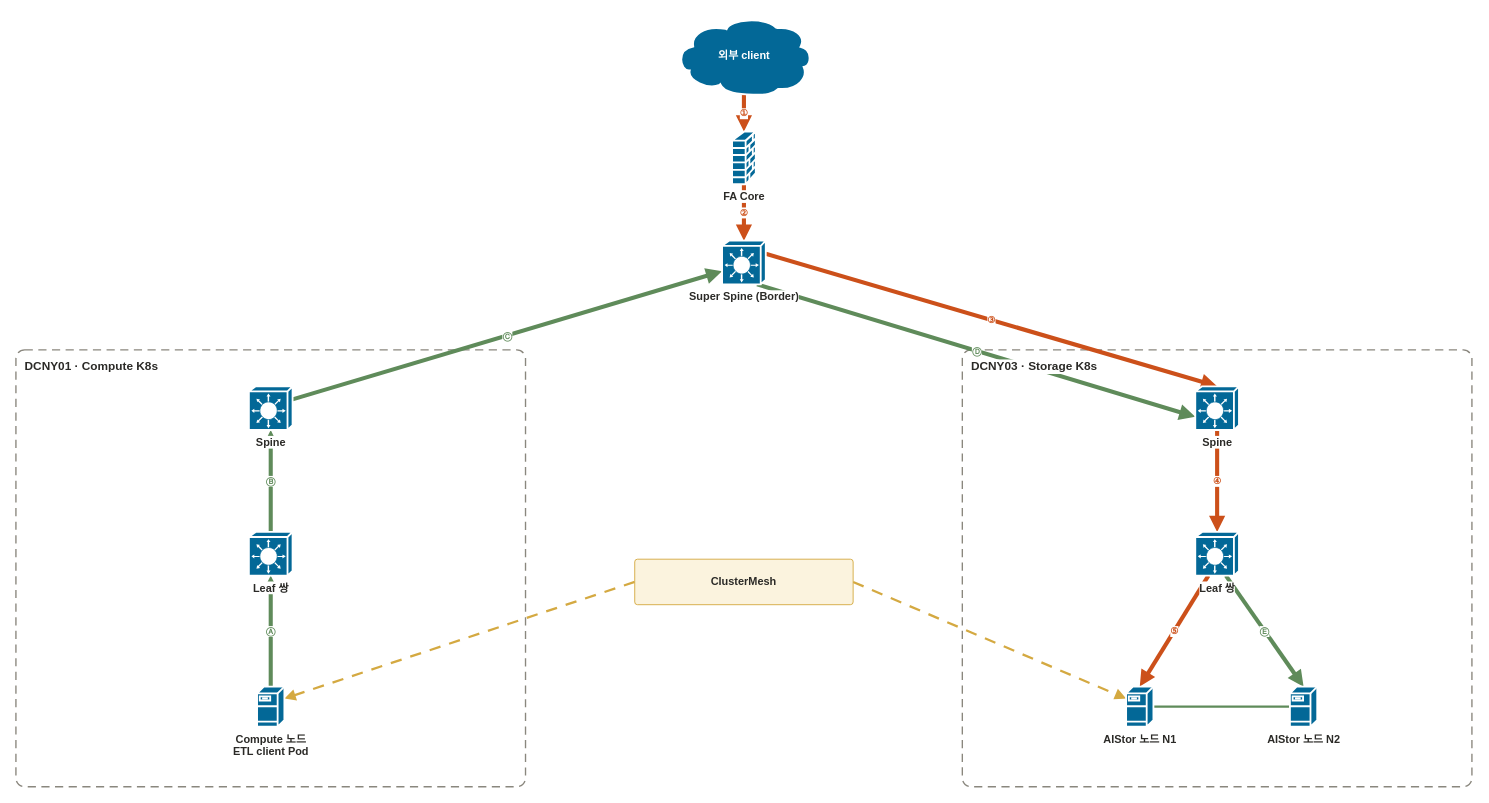
This is page "N-4 Traffic paths" (5 of 5) of architecture/y1-nw-review/y1-nw-review-diagrams.drawio from riverjin839/devopser, a draw.io file, before an edit. Source tidied: cells renumbered, new cells numbered last; positions are measured from the earlier drawing's top-left corner, leaving out a move shared by most shapes. Both pictures are drawn from the tidied source at 91%, with x=0, y=0 at pixel (15, 16).
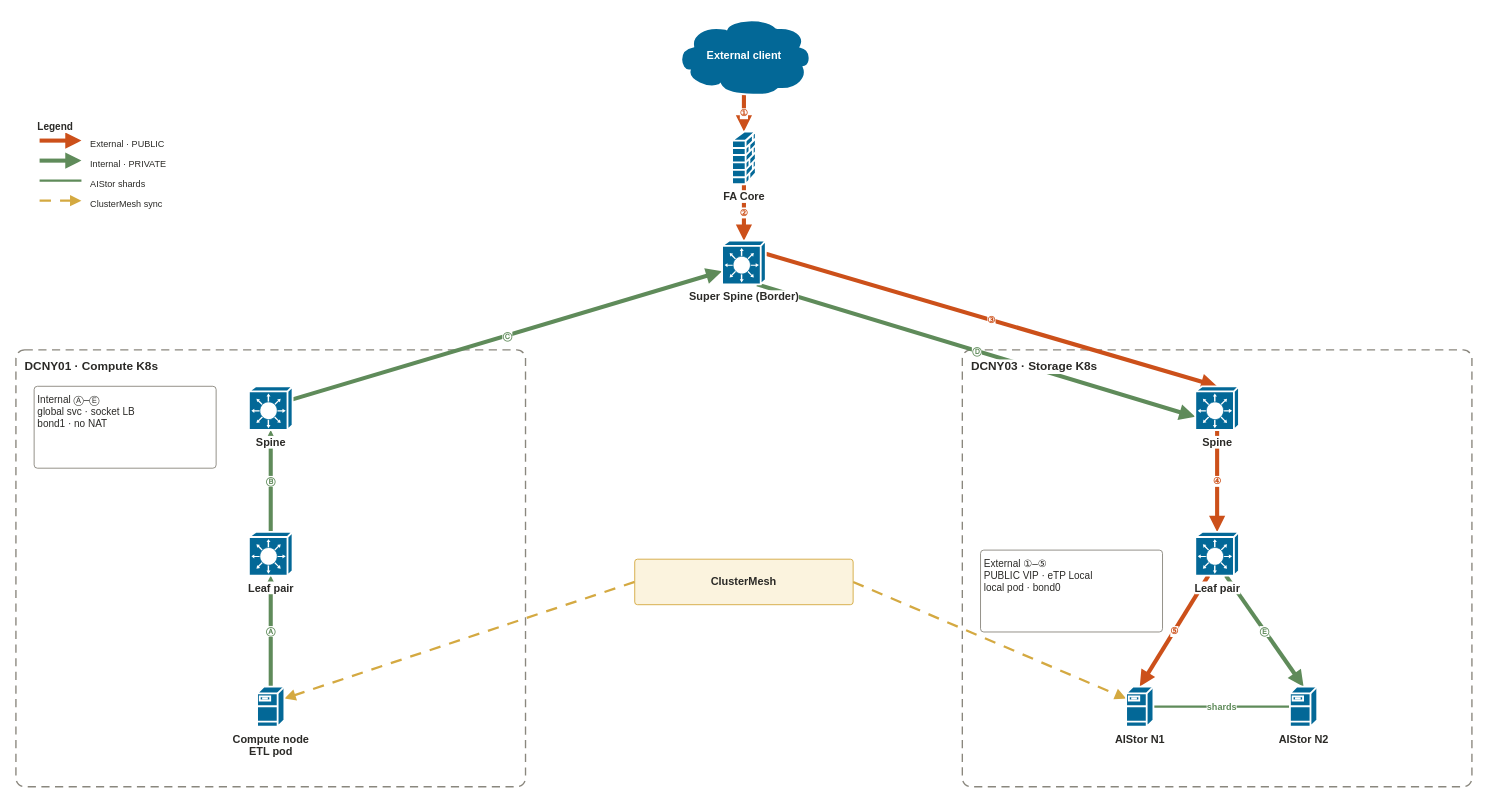
Above is the later version.

The edit, as a diff of the source:
```diff
@@
-    <mxCell id="9" style="edgeStyle=none;orthogonal=0;rounded=0;html=1;strokeColor=#5F8B5A;strokeWidth=2.5;endArrow=none;endFill=1;startArrow=none;fontFamily=Noto Sans KR,Malgun Gothic,Apple SD Gothic Neo,sans-serif;fontSize=10;fontColor=#5F8B5A;fontStyle=1;labelBackgroundColor=#FFFFFF;" parent="1" edge="1">
+    <mxCell id="9" value="shards" style="edgeStyle=none;orthogonal=0;rounded=0;html=1;strokeColor=#5F8B5A;strokeWidth=2.5;endArrow=none;endFill=1;startArrow=none;fontFamily=Noto Sans KR,Malgun Gothic,Apple SD Gothic Neo,sans-serif;fontSize=10;fontColor=#5F8B5A;fontStyle=1;labelBackgroundColor=#FFFFFF;" parent="1" edge="1">
       <mxGeometry relative="1" as="geometry">
         <mxPoint x="1250" y="758" as="sourcePoint" />
         <mxPoint x="1400" y="758" as="targetPoint" />
       </mxGeometry>
     </mxCell>
@@
+    <mxCell id="30" style="edgeStyle=none;orthogonal=0;rounded=0;html=1;strokeColor=#CC501A;strokeWidth=4.5;endArrow=block;endFill=1;startArrow=none;fontFamily=Noto Sans KR,Malgun Gothic,Apple SD Gothic Neo,sans-serif;fontSize=10;fontColor=#CC501A;fontStyle=1;labelBackgroundColor=#FFFFFF;" parent="1" edge="1">
+      <mxGeometry relative="1" as="geometry">
+        <mxPoint x="26" y="136" as="sourcePoint" />
+        <mxPoint x="72" y="136" as="targetPoint" />
+      </mxGeometry>
+    </mxCell>
+    <mxCell id="31" style="edgeStyle=none;orthogonal=0;rounded=0;html=1;strokeColor=#5F8B5A;strokeWidth=4.5;endArrow=block;endFill=1;startArrow=none;fontFamily=Noto Sans KR,Malgun Gothic,Apple SD Gothic Neo,sans-serif;fontSize=10;fontColor=#5F8B5A;fontStyle=1;labelBackgroundColor=#FFFFFF;" parent="1" edge="1">
+      <mxGeometry relative="1" as="geometry">
+        <mxPoint x="26" y="158" as="sourcePoint" />
+        <mxPoint x="72" y="158" as="targetPoint" />
+      </mxGeometry>
+    </mxCell>
+    <mxCell id="32" style="edgeStyle=none;orthogonal=0;rounded=0;html=1;strokeColor=#5F8B5A;strokeWidth=2.5;endArrow=none;endFill=1;startArrow=none;fontFamily=Noto Sans KR,Malgun Gothic,Apple SD Gothic Neo,sans-serif;fontSize=10;fontColor=#5F8B5A;fontStyle=1;labelBackgroundColor=#FFFFFF;" parent="1" edge="1">
+      <mxGeometry relative="1" as="geometry">
+        <mxPoint x="26" y="180" as="sourcePoint" />
+        <mxPoint x="72" y="180" as="targetPoint" />
+      </mxGeometry>
+    </mxCell>
+    <mxCell id="33" style="edgeStyle=none;orthogonal=0;rounded=0;html=1;strokeColor=#D4A941;strokeWidth=2.5;endArrow=block;endFill=1;startArrow=none;fontFamily=Noto Sans KR,Malgun Gothic,Apple SD Gothic Neo,sans-serif;fontSize=10;fontColor=#D4A941;fontStyle=1;labelBackgroundColor=#FFFFFF;dashed=1;dashPattern=5 4;" parent="1" edge="1">
+      <mxGeometry relative="1" as="geometry">
+        <mxPoint x="26" y="202" as="sourcePoint" />
+        <mxPoint x="72" y="202" as="targetPoint" />
+      </mxGeometry>
+    </mxCell>
-    <mxCell id="17" value="외부 client" style="sketch=0;html=1;dashed=0;fillColor=#036897;strokeColor=#ffffff;strokeWidth=2;verticalLabelPosition=middle;verticalAlign=middle;align=center;shape=mxgraph.cisco.storage.cloud;fontFamily=Noto Sans KR,Malgun Gothic,Apple SD Gothic Neo,sans-serif;fontSize=12;fontColor=#FFFFFF;fontStyle=1;" parent="1" vertex="1">
+    <mxCell id="17" value="External client" style="sketch=0;html=1;dashed=0;fillColor=#036897;strokeColor=#ffffff;strokeWidth=2;verticalLabelPosition=middle;verticalAlign=middle;align=center;shape=mxgraph.cisco.storage.cloud;fontFamily=Noto Sans KR,Malgun Gothic,Apple SD Gothic Neo,sans-serif;fontSize=12;fontColor=#FFFFFF;fontStyle=1;" parent="1" vertex="1">
       <mxGeometry x="725" width="150" height="86" as="geometry" />
     </mxCell>
@@
-    <mxCell id="23" value="Leaf 쌍" style="sketch=0;html=1;dashed=0;fillColor=#036897;strokeColor=#ffffff;strokeWidth=2;verticalLabelPosition=bottom;verticalAlign=top;align=center;shape=mxgraph.cisco.switches.layer_3_switch;fontFamily=Noto Sans KR,Malgun Gothic,Apple SD Gothic Neo,sans-serif;fontSize=12;fontColor=#2B2A27;labelBackgroundColor=#FFFFFF;fontStyle=1;" parent="1" vertex="1">
+    <mxCell id="23" value="Leaf pair" style="sketch=0;html=1;dashed=0;fillColor=#036897;strokeColor=#ffffff;strokeWidth=2;verticalLabelPosition=bottom;verticalAlign=top;align=center;shape=mxgraph.cisco.switches.layer_3_switch;fontFamily=Noto Sans KR,Malgun Gothic,Apple SD Gothic Neo,sans-serif;fontSize=12;fontColor=#2B2A27;labelBackgroundColor=#FFFFFF;fontStyle=1;" parent="1" vertex="1">
       <mxGeometry x="256" y="566" width="48" height="48" as="geometry" />
     </mxCell>
-    <mxCell id="24" value="Compute 노드&lt;br&gt;ETL client Pod" style="sketch=0;html=1;dashed=0;fillColor=#036897;strokeColor=#ffffff;strokeWidth=2;verticalLabelPosition=bottom;verticalAlign=top;align=center;shape=mxgraph.cisco.servers.fileserver;fontFamily=Noto Sans KR,Malgun Gothic,Apple SD Gothic Neo,sans-serif;fontSize=12;fontColor=#2B2A27;labelBackgroundColor=#FFFFFF;fontStyle=1;" parent="1" vertex="1">
+    <mxCell id="24" value="Compute node&lt;br&gt;ETL pod" style="sketch=0;html=1;dashed=0;fillColor=#036897;strokeColor=#ffffff;strokeWidth=2;verticalLabelPosition=bottom;verticalAlign=top;align=center;shape=mxgraph.cisco.servers.fileserver;fontFamily=Noto Sans KR,Malgun Gothic,Apple SD Gothic Neo,sans-serif;fontSize=12;fontColor=#2B2A27;labelBackgroundColor=#FFFFFF;fontStyle=1;" parent="1" vertex="1">
       <mxGeometry x="265" y="736" width="30" height="44" as="geometry" />
     </mxCell>
@@
-    <mxCell id="26" value="Leaf 쌍" style="sketch=0;html=1;dashed=0;fillColor=#036897;strokeColor=#ffffff;strokeWidth=2;verticalLabelPosition=bottom;verticalAlign=top;align=center;shape=mxgraph.cisco.switches.layer_3_switch;fontFamily=Noto Sans KR,Malgun Gothic,Apple SD Gothic Neo,sans-serif;fontSize=12;fontColor=#2B2A27;labelBackgroundColor=#FFFFFF;fontStyle=1;" parent="1" vertex="1">
+    <mxCell id="26" value="Leaf pair" style="sketch=0;html=1;dashed=0;fillColor=#036897;strokeColor=#ffffff;strokeWidth=2;verticalLabelPosition=bottom;verticalAlign=top;align=center;shape=mxgraph.cisco.switches.layer_3_switch;fontFamily=Noto Sans KR,Malgun Gothic,Apple SD Gothic Neo,sans-serif;fontSize=12;fontColor=#2B2A27;labelBackgroundColor=#FFFFFF;fontStyle=1;" parent="1" vertex="1">
       <mxGeometry x="1296" y="566" width="48" height="48" as="geometry" />
     </mxCell>
-    <mxCell id="27" value="AIStor 노드 N1" style="sketch=0;html=1;dashed=0;fillColor=#036897;strokeColor=#ffffff;strokeWidth=2;verticalLabelPosition=bottom;verticalAlign=top;align=center;shape=mxgraph.cisco.servers.fileserver;fontFamily=Noto Sans KR,Malgun Gothic,Apple SD Gothic Neo,sans-serif;fontSize=12;fontColor=#2B2A27;labelBackgroundColor=#FFFFFF;fontStyle=1;" parent="1" vertex="1">
+    <mxCell id="27" value="AIStor N1" style="sketch=0;html=1;dashed=0;fillColor=#036897;strokeColor=#ffffff;strokeWidth=2;verticalLabelPosition=bottom;verticalAlign=top;align=center;shape=mxgraph.cisco.servers.fileserver;fontFamily=Noto Sans KR,Malgun Gothic,Apple SD Gothic Neo,sans-serif;fontSize=12;fontColor=#2B2A27;labelBackgroundColor=#FFFFFF;fontStyle=1;" parent="1" vertex="1">
       <mxGeometry x="1220" y="736" width="30" height="44" as="geometry" />
     </mxCell>
-    <mxCell id="28" value="AIStor 노드 N2" style="sketch=0;html=1;dashed=0;fillColor=#036897;strokeColor=#ffffff;strokeWidth=2;verticalLabelPosition=bottom;verticalAlign=top;align=center;shape=mxgraph.cisco.servers.fileserver;fontFamily=Noto Sans KR,Malgun Gothic,Apple SD Gothic Neo,sans-serif;fontSize=12;fontColor=#2B2A27;labelBackgroundColor=#FFFFFF;fontStyle=1;" parent="1" vertex="1">
+    <mxCell id="28" value="AIStor N2" style="sketch=0;html=1;dashed=0;fillColor=#036897;strokeColor=#ffffff;strokeWidth=2;verticalLabelPosition=bottom;verticalAlign=top;align=center;shape=mxgraph.cisco.servers.fileserver;fontFamily=Noto Sans KR,Malgun Gothic,Apple SD Gothic Neo,sans-serif;fontSize=12;fontColor=#2B2A27;labelBackgroundColor=#FFFFFF;fontStyle=1;" parent="1" vertex="1">
       <mxGeometry x="1400" y="736" width="30" height="44" as="geometry" />
     </mxCell>
@@
+    <mxCell id="34" value="Internal Ⓐ–Ⓔ&lt;br&gt;global svc · socket LB&lt;br&gt;bond1 · no NAT" style="text;html=1;whiteSpace=wrap;align=left;verticalAlign=top;spacing=4;fontFamily=Noto Sans KR,Malgun Gothic,Apple SD Gothic Neo,sans-serif;fontSize=11;fontColor=#2B2A27;fillColor=#FFFFFF;strokeColor=#8A877E;rounded=1;arcSize=4;" parent="1" vertex="1">
+      <mxGeometry x="20" y="406" width="200" height="90" as="geometry" />
+    </mxCell>
+    <mxCell id="35" value="External ①–⑤&lt;br&gt;PUBLIC VIP · eTP Local&lt;br&gt;local pod · bond0" style="text;html=1;whiteSpace=wrap;align=left;verticalAlign=top;spacing=4;fontFamily=Noto Sans KR,Malgun Gothic,Apple SD Gothic Neo,sans-serif;fontSize=11;fontColor=#2B2A27;fillColor=#FFFFFF;strokeColor=#8A877E;rounded=1;arcSize=4;" parent="1" vertex="1">
+      <mxGeometry x="1060" y="586" width="200" height="90" as="geometry" />
+    </mxCell>
+    <mxCell id="36" value="Legend" style="text;html=1;whiteSpace=wrap;align=left;verticalAlign=top;spacing=4;fontFamily=Noto Sans KR,Malgun Gothic,Apple SD Gothic Neo,sans-serif;fontSize=11;fontColor=#2B2A27;fontStyle=1;labelBackgroundColor=#FFFFFF;" parent="1" vertex="1">
+      <mxGeometry x="20" y="106" width="230" height="22" as="geometry" />
+    </mxCell>
+    <mxCell id="37" value="External · PUBLIC" style="text;html=1;whiteSpace=wrap;align=left;verticalAlign=top;spacing=4;fontFamily=Noto Sans KR,Malgun Gothic,Apple SD Gothic Neo,sans-serif;fontSize=10;fontColor=#2B2A27;labelBackgroundColor=#FFFFFF;" parent="1" vertex="1">
+      <mxGeometry x="78" y="126" width="190" height="20" as="geometry" />
+    </mxCell>
+    <mxCell id="38" value="Internal · PRIVATE" style="text;html=1;whiteSpace=wrap;align=left;verticalAlign=top;spacing=4;fontFamily=Noto Sans KR,Malgun Gothic,Apple SD Gothic Neo,sans-serif;fontSize=10;fontColor=#2B2A27;labelBackgroundColor=#FFFFFF;" parent="1" vertex="1">
+      <mxGeometry x="78" y="148" width="190" height="20" as="geometry" />
+    </mxCell>
+    <mxCell id="39" value="AIStor shards" style="text;html=1;whiteSpace=wrap;align=left;verticalAlign=top;spacing=4;fontFamily=Noto Sans KR,Malgun Gothic,Apple SD Gothic Neo,sans-serif;fontSize=10;fontColor=#2B2A27;labelBackgroundColor=#FFFFFF;" parent="1" vertex="1">
+      <mxGeometry x="78" y="170" width="190" height="20" as="geometry" />
+    </mxCell>
+    <mxCell id="40" value="ClusterMesh sync" style="text;html=1;whiteSpace=wrap;align=left;verticalAlign=top;spacing=4;fontFamily=Noto Sans KR,Malgun Gothic,Apple SD Gothic Neo,sans-serif;fontSize=10;fontColor=#2B2A27;labelBackgroundColor=#FFFFFF;" parent="1" vertex="1">
+      <mxGeometry x="78" y="192" width="190" height="20" as="geometry" />
+    </mxCell>
```
